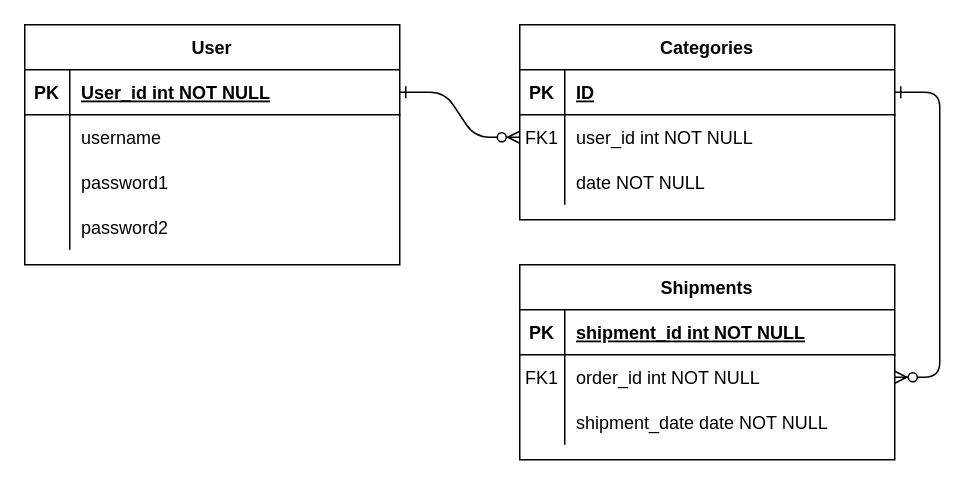
VinCoD/ERDs keeps this draw.io diagram as SocioBayERD.drawio. Above is the earlier version. Source tidied: cells renumbered, new cells numbered last; positions are measured from the earlier drawing's top-left corner, leaving out a move shared by most shapes. Both pictures are drawn from the tidied source at 150%, with x=0, y=0 at pixel (24, 24).
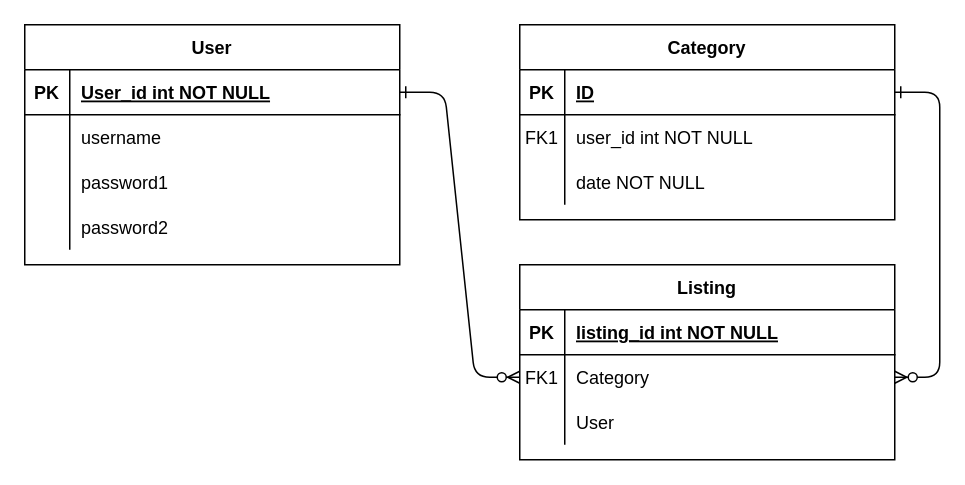
Above is the later version.

Commit message:
Added Lising table and modified the relationships

The change refers to these unchanged cells:
```xml
<mxCell id="8" style="shape=partialRectangle;fillColor=none;points=[[0,0.5],[1,0.5]];portConstraint=eastwest;top=0;left=0;right=0;bottom=0;" parent="4" vertex="1">
  <mxGeometry y="60" width="250" height="30" as="geometry" />
</mxCell>
<mxCell id="15" style="shape=partialRectangle;fillColor=none;top=0;left=0;right=0;bottom=1;" parent="14" vertex="1">
  <mxGeometry y="30" width="250" height="30" as="geometry" />
</mxCell>
<mxCell id="18" style="shape=partialRectangle;fillColor=none;points=[[0,0.5],[1,0.5]];portConstraint=eastwest;top=0;left=0;right=0;bottom=0;" parent="14" vertex="1">
  <mxGeometry y="60" width="250" height="30" as="geometry" />
</mxCell>
<mxCell id="21" style="shape=partialRectangle;fillColor=none;top=0;left=0;right=0;bottom=0;" parent="14" vertex="1">
  <mxGeometry y="90" width="250" height="30" as="geometry" />
</mxCell>
<mxCell id="25" style="shape=partialRectangle;fillColor=none;points=[[0,0.5],[1,0.5]];portConstraint=eastwest;top=0;left=0;right=0;bottom=1;" parent="24" vertex="1">
  <mxGeometry y="30" width="250" height="30" as="geometry" />
</mxCell>
```

What changed in the source:
```diff
@@
-    <mxCell id="2" style="edgeStyle=entityRelationEdgeStyle;endArrow=ERzeroToMany;startArrow=ERone;endFill=1;startFill=0;" parent="1" edge="1" source="25" target="8">
+    <mxCell id="2" style="edgeStyle=entityRelationEdgeStyle;endArrow=ERzeroToMany;startArrow=ERone;endFill=1;startFill=0;entryX=0;entryY=0.5;entryDx=0;entryDy=0;" parent="1" edge="1" source="25" target="18">
       <mxGeometry relative="1" as="geometry" />
     </mxCell>
@@
-    <mxCell id="4" value="Categories" style="shape=table;startSize=30;childLayout=tableLayout;rowLines=0;fontStyle=1;align=center;" parent="1" vertex="1">
+    <mxCell id="4" value="Category" style="shape=table;startSize=30;childLayout=tableLayout;rowLines=0;fontStyle=1;align=center;" parent="1" vertex="1">
       <mxGeometry x="330" width="250" height="130" as="geometry" />
     </mxCell>
@@
-    <mxCell id="14" value="Shipments" style="shape=table;startSize=30;childLayout=tableLayout;rowLines=0;fontStyle=1;align=center;" parent="1" vertex="1">
+    <mxCell id="14" value="Listing" style="shape=table;startSize=30;childLayout=tableLayout;rowLines=0;fontStyle=1;align=center;" parent="1" vertex="1">
       <mxGeometry x="330" y="160" width="250" height="130" as="geometry" />
     </mxCell>
@@
-    <mxCell id="17" value="shipment_id int NOT NULL " style="shape=partialRectangle;overflow=hidden;fillColor=none;top=0;left=0;bottom=0;right=0;align=left;spacingLeft=6;fontStyle=5;" parent="15" vertex="1">
+    <mxCell id="17" value="listing_id int NOT NULL " style="shape=partialRectangle;overflow=hidden;fillColor=none;top=0;left=0;bottom=0;right=0;align=left;spacingLeft=6;fontStyle=5;" parent="15" vertex="1">
       <mxGeometry x="30" width="220" height="30" as="geometry" />
     </mxCell>
@@
-    <mxCell id="20" value="order_id int NOT NULL" style="shape=partialRectangle;overflow=hidden;fillColor=none;top=0;left=0;bottom=0;right=0;align=left;spacingLeft=6;" parent="18" vertex="1">
+    <mxCell id="20" value="Category" style="shape=partialRectangle;overflow=hidden;fillColor=none;top=0;left=0;bottom=0;right=0;align=left;spacingLeft=6;" parent="18" vertex="1">
       <mxGeometry x="30" width="220" height="30" as="geometry" />
     </mxCell>
@@
-    <mxCell id="23" value="shipment_date date NOT NULL" style="shape=partialRectangle;overflow=hidden;fillColor=none;top=0;left=0;bottom=0;right=0;align=left;spacingLeft=6;" parent="21" vertex="1">
+    <mxCell id="23" value="User" style="shape=partialRectangle;overflow=hidden;fillColor=none;top=0;left=0;bottom=0;right=0;align=left;spacingLeft=6;" parent="21" vertex="1">
       <mxGeometry x="30" width="220" height="30" as="geometry" />
     </mxCell>
```
